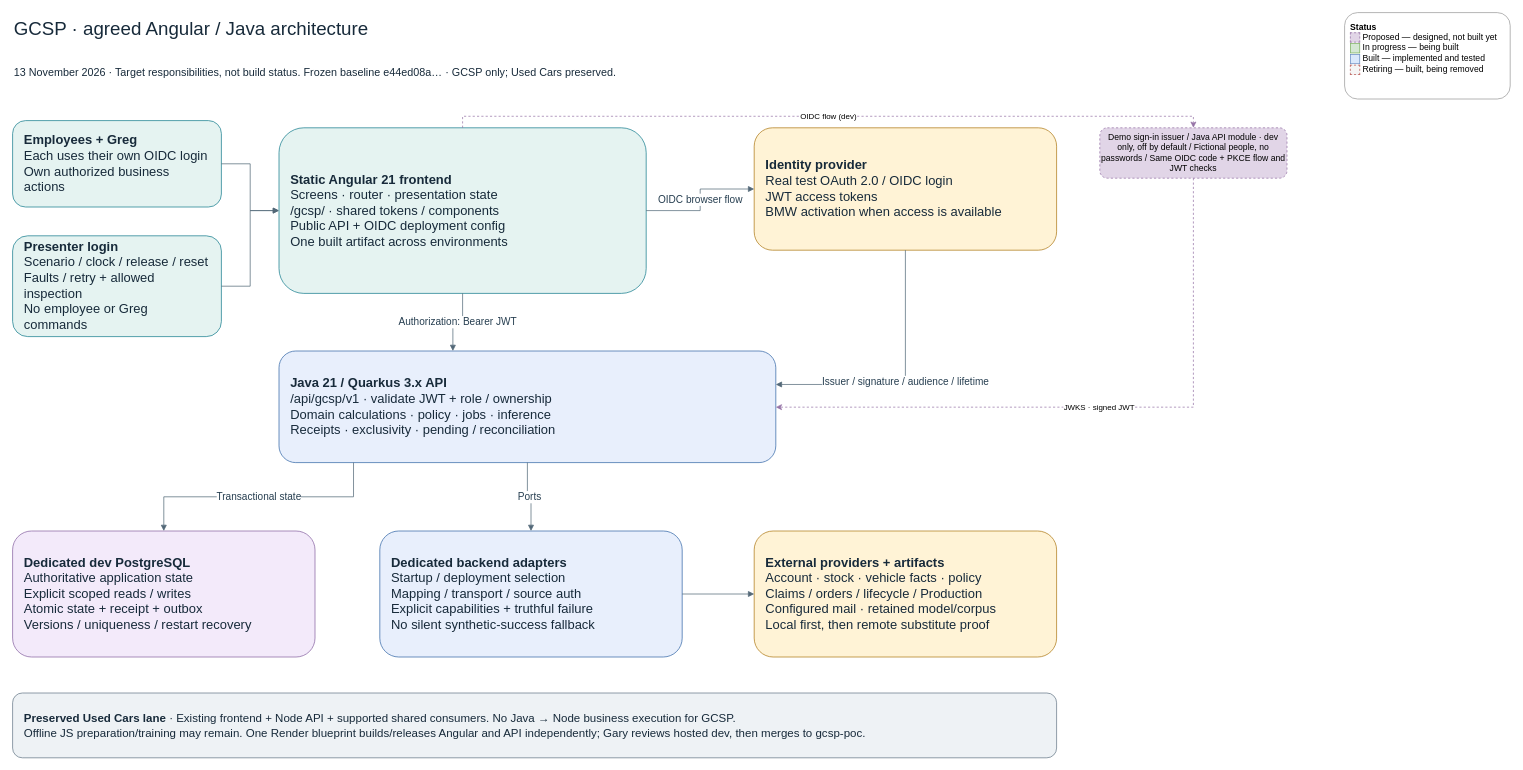
Before: page "00 GCSP architecture" (1 of 15) of docs/design/high-level-design.drawio in garyscarter-ibm/vehicle-matcher, a draw.io diagram. Source tidied: cells renumbered, new cells numbered last; positions are measured from the earlier drawing's top-left corner, leaving out a move shared by most shapes. Both pictures are drawn from the tidied source at 72%, with x=0, y=0 at pixel (12, 12).
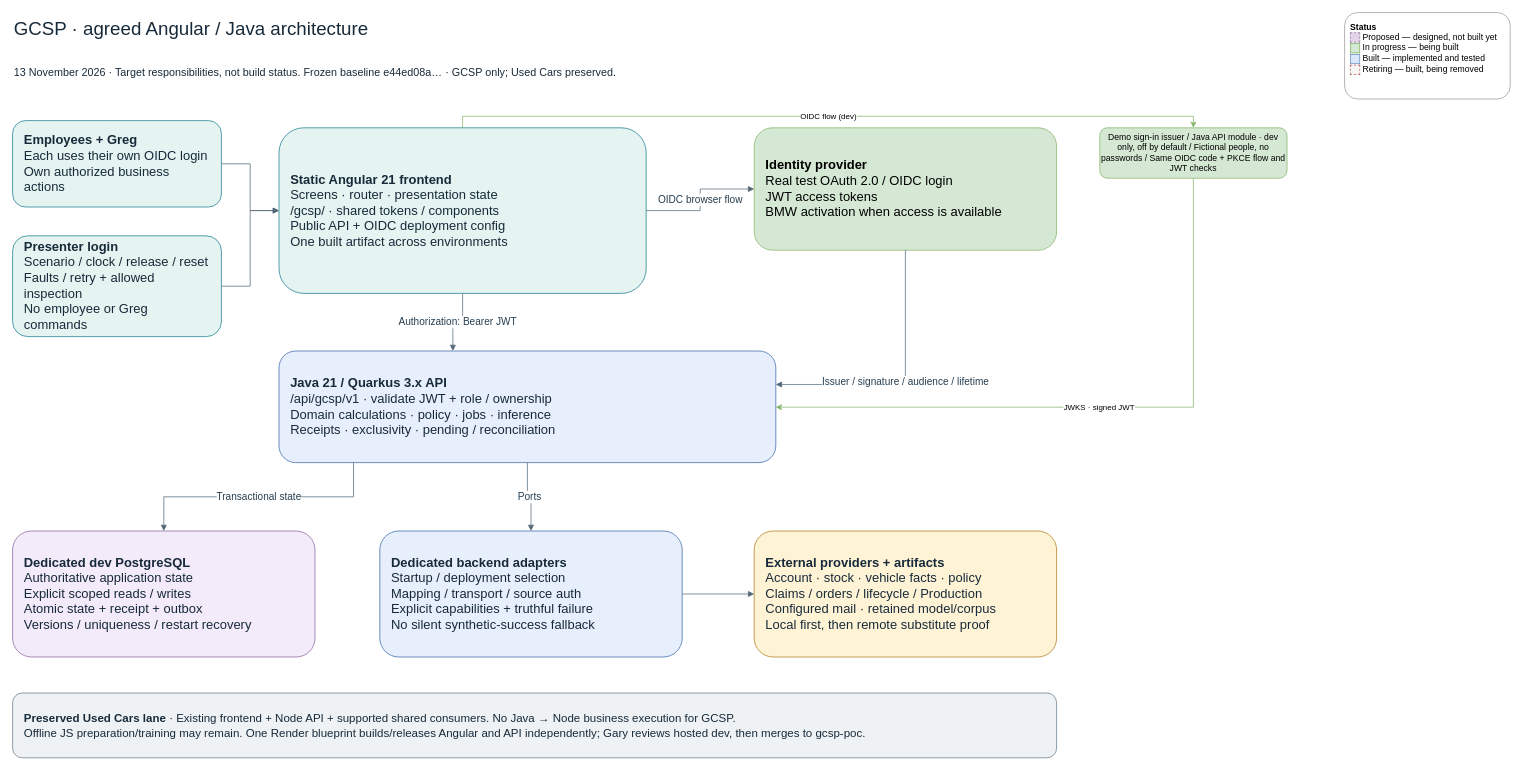
The same page after the edit.

Commit message:
design: demo-sign-in in progress (FUCQ-532)

The change refers to these unchanged cells:
```xml
<mxCell id="6" value="&lt;b&gt;Static Angular 21 frontend&lt;/b&gt;&lt;br&gt;Screens · router · presentation state&lt;br&gt;/gcsp/ · shared tokens / components&lt;br&gt;Public API + OIDC deployment config&lt;br&gt;One built artifact across environments" style="rounded=1;whiteSpace=wrap;html=1;fillColor=#e5f3f1;strokeColor=#167d8d;fontColor=#172a3a;align=left;verticalAlign=middle;spacing=16;fontSize=18;" parent="1" vertex="1">
  <mxGeometry x="370" y="160" width="510" height="230" as="geometry" />
</mxCell>
<mxCell id="8" value="&lt;b&gt;Java 21 / Quarkus 3.x API&lt;/b&gt;&lt;br&gt;/api/gcsp/v1 · validate JWT + role / ownership&lt;br&gt;Domain calculations · policy · jobs · inference&lt;br&gt;Receipts · exclusivity · pending / reconciliation" style="rounded=1;whiteSpace=wrap;html=1;fillColor=#e8effc;strokeColor=#3366a6;fontColor=#172a3a;align=left;verticalAlign=middle;spacing=16;fontSize=18;" parent="1" vertex="1">
  <mxGeometry x="370" y="470" width="690" height="155" as="geometry" />
</mxCell>
```

The edit, as a diff of the source:
```diff
@@
-    <mxCell id="7" value="&lt;b&gt;Identity provider&lt;/b&gt;&lt;br&gt;Real test OAuth 2.0 / OIDC login&lt;br&gt;JWT access tokens&lt;br&gt;BMW activation when access is available" style="rounded=1;whiteSpace=wrap;html=1;fillColor=#fff3d6;strokeColor=#ad7915;fontColor=#172a3a;align=left;verticalAlign=middle;spacing=16;fontSize=18;" parent="1" vertex="1">
+    <mxCell id="7" value="&lt;b&gt;Identity provider&lt;/b&gt;&lt;br&gt;Real test OAuth 2.0 / OIDC login&lt;br&gt;JWT access tokens&lt;br&gt;BMW activation when access is available" style="rounded=1;whiteSpace=wrap;html=1;fillColor=#d5e8d4;strokeColor=#82b366;align=left;verticalAlign=middle;spacing=16;fontSize=18;" parent="1" vertex="1">
       <mxGeometry x="1030" y="160" width="420" height="170" as="geometry" />
     </mxCell>
@@
-    <mxCell id="21" value="Demo sign-in issuer / Java API module · dev only, off by default / Fictional people, no passwords / Same OIDC code + PKCE flow and JWT checks" style="rounded=1;whiteSpace=wrap;html=1;strokeColor=#9673a6;dashed=1;fillColor=#e1d5e7;" parent="1" vertex="1">
+    <mxCell id="21" value="Demo sign-in issuer / Java API module · dev only, off by default / Fictional people, no passwords / Same OIDC code + PKCE flow and JWT checks" style="rounded=1;whiteSpace=wrap;html=1;strokeColor=#82b366;fillColor=#d5e8d4;" parent="1" vertex="1">
       <mxGeometry x="1510" y="160" width="260" height="70" as="geometry" />
     </mxCell>
-    <mxCell id="22" value="OIDC flow (dev)" style="edgeStyle=orthogonalEdgeStyle;rounded=0;jettySize=auto;html=1;libavoidRouting=1;strokeColor=#9673a6;dashed=1;" parent="1" edge="1" source="6" target="21">
+    <mxCell id="22" value="OIDC flow (dev)" style="edgeStyle=orthogonalEdgeStyle;rounded=0;jettySize=auto;html=1;libavoidRouting=1;strokeColor=#82b366;" parent="1" edge="1" source="6" target="21">
       <mxGeometry relative="1" as="geometry">
         <Array as="points">
           <mxPoint x="625" y="144" />
           <mxPoint x="1640" y="144" />
         </Array>
       </mxGeometry>
     </mxCell>
-    <mxCell id="23" value="JWKS · signed JWT" style="edgeStyle=orthogonalEdgeStyle;rounded=0;jettySize=auto;html=1;libavoidRouting=1;strokeColor=#9673a6;dashed=1;" parent="1" edge="1" source="21" target="8">
+    <mxCell id="23" value="JWKS · signed JWT" style="edgeStyle=orthogonalEdgeStyle;rounded=0;jettySize=auto;html=1;libavoidRouting=1;strokeColor=#82b366;" parent="1" edge="1" source="21" target="8">
       <mxGeometry relative="1" as="geometry">
         <Array as="points">
           <mxPoint x="1640" y="548" />
         </Array>
       </mxGeometry>
     </mxCell>
```
